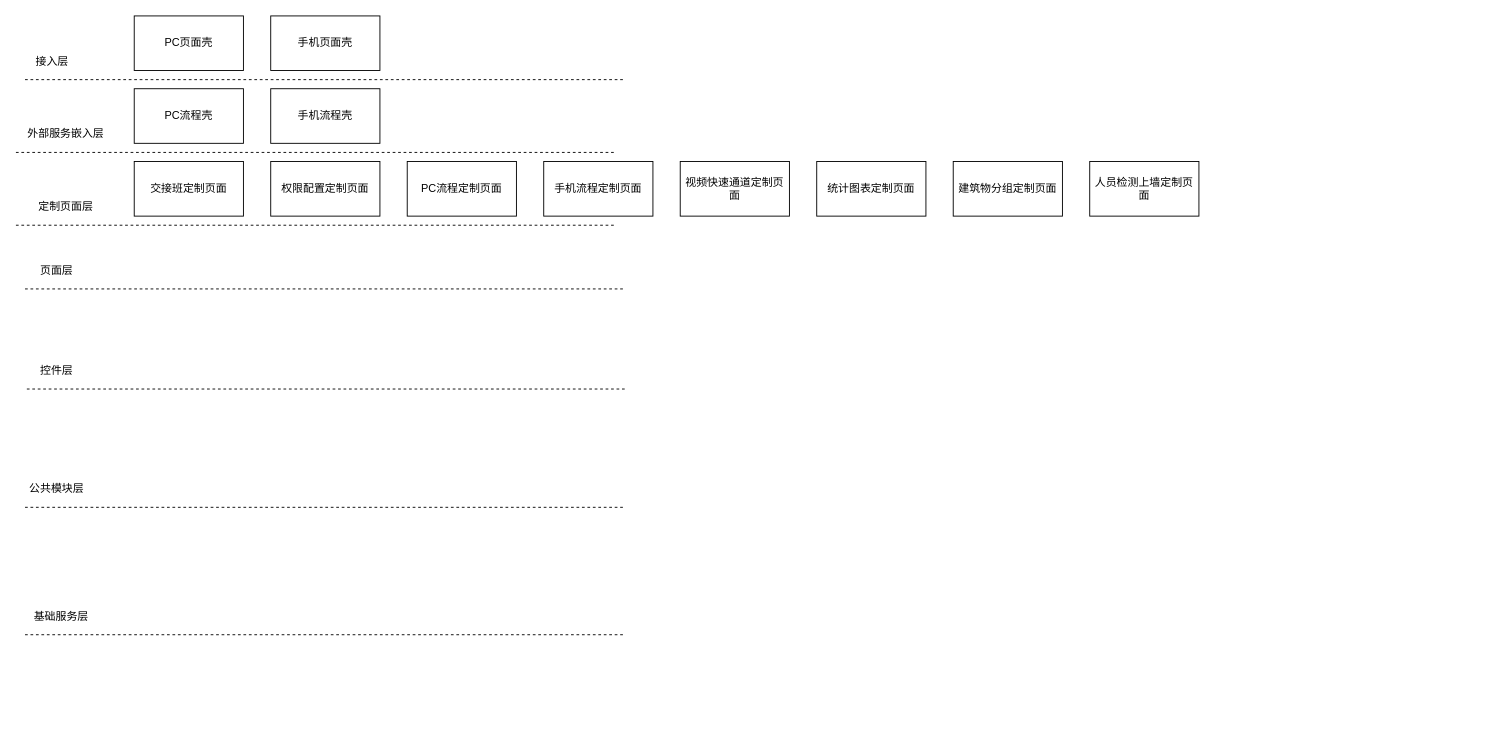
Earlier version of the draw.io diagram page "Page-1" (1 of 2) of 页面UI组件实例服务模块.drawio (asling/my-umls). Source tidied: cells renumbered, new cells numbered last; positions are measured from the earlier drawing's top-left corner, leaving out a move shared by most shapes. Both pictures are drawn from the tidied source at 91%, with x=0, y=0 at pixel (15, 15).
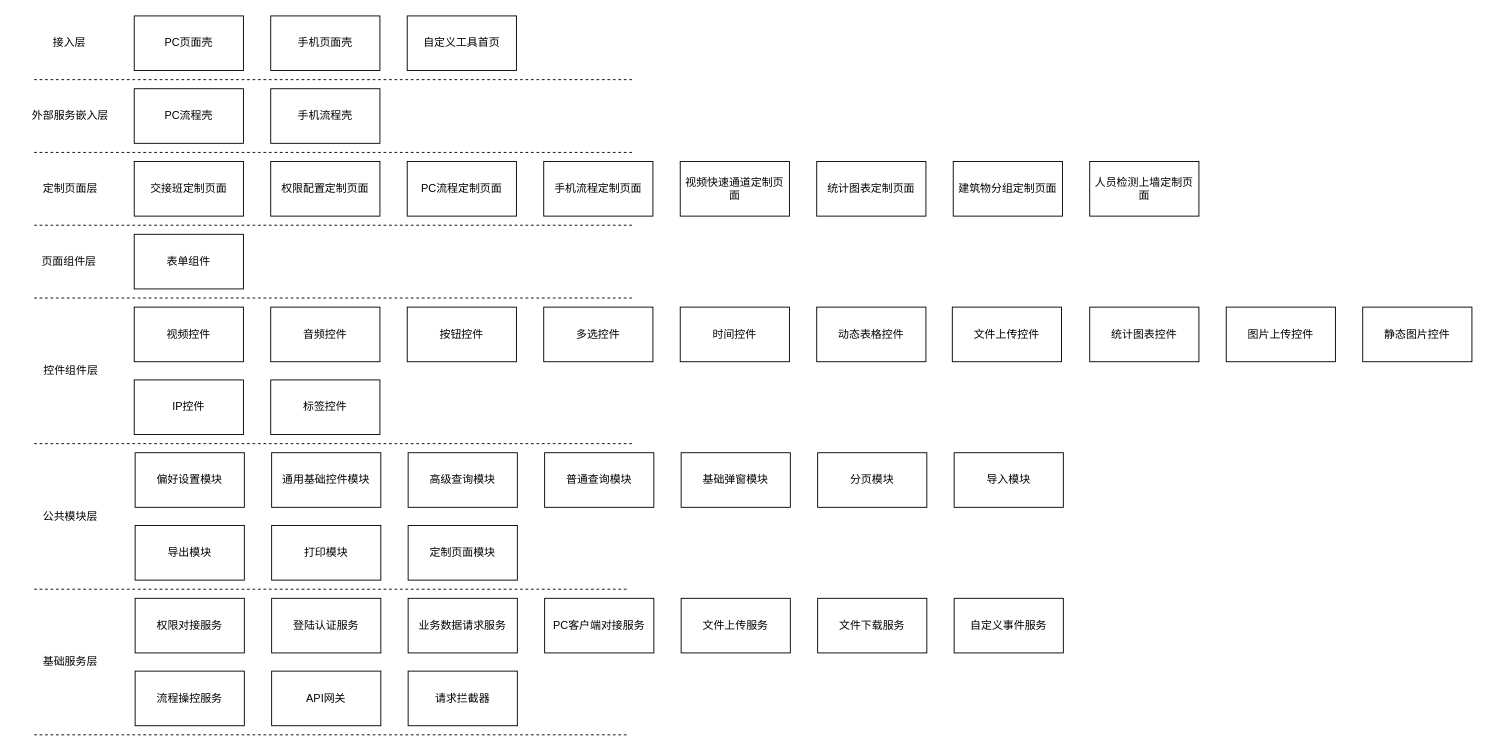
The same diagram, later.

Commit message (it also covers changes not shown here):
Update 页面UI组件实例服务模块.drawio

What changed in the source:
```diff
@@
     <mxCell id="2" style="endArrow=none;dashed=1;html=1;" parent="1" edge="1">
       <mxGeometry relative="1" as="geometry">
-        <mxPoint x="10" y="300" as="sourcePoint" />
-        <mxPoint x="670" y="300" as="targetPoint" />
+        <mxPoint x="20" y="310" as="sourcePoint" />
+        <mxPoint x="680" y="310" as="targetPoint" />
       </mxGeometry>
     </mxCell>
     <mxCell id="3" value="接入层" style="text;html=1;strokeColor=none;fillColor=none;align=center;verticalAlign=middle;whiteSpace=wrap;rounded=0;" parent="1" vertex="1">
-      <mxGeometry x="20" y="40" width="40" height="20" as="geometry" />
+      <mxGeometry x="38.5" y="20" width="40" height="20" as="geometry" />
     </mxCell>
     <mxCell id="4" style="endArrow=none;dashed=1;html=1;" parent="1" edge="1">
       <mxGeometry relative="1" as="geometry">
-        <mxPoint x="12" y="410" as="sourcePoint" />
-        <mxPoint x="672" y="410" as="targetPoint" />
+        <mxPoint x="20" y="470" as="sourcePoint" />
+        <mxPoint x="680" y="470" as="targetPoint" />
       </mxGeometry>
     </mxCell>
-    <mxCell id="5" value="控件层" style="text;html=1;strokeColor=none;fillColor=none;align=center;verticalAlign=middle;whiteSpace=wrap;rounded=0;" parent="1" vertex="1">
-      <mxGeometry x="25" y="380" width="40" height="20" as="geometry" />
+    <mxCell id="5" value="控件组件层" style="text;html=1;strokeColor=none;fillColor=none;align=center;verticalAlign=middle;whiteSpace=wrap;rounded=0;" parent="1" vertex="1">
+      <mxGeometry x="27.5" y="380" width="65" height="20" as="geometry" />
     </mxCell>
     <mxCell id="6" style="endArrow=none;dashed=1;html=1;" parent="1" edge="1">
       <mxGeometry relative="1" as="geometry">
-        <mxPoint x="10" y="540" as="sourcePoint" />
-        <mxPoint x="670" y="540" as="targetPoint" />
+        <mxPoint x="20" y="630" as="sourcePoint" />
+        <mxPoint x="671" y="630" as="targetPoint" />
       </mxGeometry>
     </mxCell>
     <mxCell id="7" value="公共模块层" style="text;html=1;strokeColor=none;fillColor=none;align=center;verticalAlign=middle;whiteSpace=wrap;rounded=0;" parent="1" vertex="1">
-      <mxGeometry x="10" y="510" width="70" height="20" as="geometry" />
+      <mxGeometry x="25" y="540" width="70" height="20" as="geometry" />
     </mxCell>
     <mxCell id="8" style="endArrow=none;dashed=1;html=1;" parent="1" edge="1">
       <mxGeometry relative="1" as="geometry">
-        <mxPoint x="10" y="680" as="sourcePoint" />
-        <mxPoint x="670" y="680" as="targetPoint" />
+        <mxPoint x="20" y="790" as="sourcePoint" />
+        <mxPoint x="671" y="790" as="targetPoint" />
       </mxGeometry>
     </mxCell>
     <mxCell id="9" value="基础服务层" style="text;html=1;strokeColor=none;fillColor=none;align=center;verticalAlign=middle;whiteSpace=wrap;rounded=0;" parent="1" vertex="1">
-      <mxGeometry x="10" y="650" width="80" height="20" as="geometry" />
+      <mxGeometry x="20" y="700" width="80" height="20" as="geometry" />
     </mxCell>
     <mxCell id="10" style="endArrow=none;dashed=1;html=1;" parent="1" edge="1">
       <mxGeometry relative="1" as="geometry">
-        <mxPoint x="10" y="70" as="sourcePoint" />
-        <mxPoint x="670" y="70" as="targetPoint" />
+        <mxPoint x="20" y="70" as="sourcePoint" />
+        <mxPoint x="680" y="70" as="targetPoint" />
       </mxGeometry>
     </mxCell>
-    <mxCell id="11" value="页面层" style="text;html=1;strokeColor=none;fillColor=none;align=center;verticalAlign=middle;whiteSpace=wrap;rounded=0;" parent="1" vertex="1">
-      <mxGeometry x="25" y="270" width="40" height="20" as="geometry" />
+    <mxCell id="11" value="页面组件层" style="text;html=1;strokeColor=none;fillColor=none;align=center;verticalAlign=middle;whiteSpace=wrap;rounded=0;" parent="1" vertex="1">
+      <mxGeometry x="26" y="260" width="65" height="20" as="geometry" />
     </mxCell>
     <mxCell id="12" style="endArrow=none;dashed=1;html=1;" parent="1" edge="1">
       <mxGeometry relative="1" as="geometry">
-        <mxPoint y="150" as="sourcePoint" />
-        <mxPoint x="660" y="150" as="targetPoint" />
+        <mxPoint x="20" y="150" as="sourcePoint" />
+        <mxPoint x="680" y="150" as="targetPoint" />
       </mxGeometry>
     </mxCell>
     <mxCell id="13" value="外部服务嵌入层" style="text;html=1;strokeColor=none;fillColor=none;align=center;verticalAlign=middle;whiteSpace=wrap;rounded=0;" parent="1" vertex="1">
-      <mxGeometry x="10" y="120" width="90" height="20" as="geometry" />
+      <mxGeometry x="15" y="100" width="90" height="20" as="geometry" />
     </mxCell>
     <mxCell id="14" style="endArrow=none;dashed=1;html=1;" parent="1" edge="1">
       <mxGeometry relative="1" as="geometry">
-        <mxPoint y="230" as="sourcePoint" />
-        <mxPoint x="660" y="230" as="targetPoint" />
+        <mxPoint x="20" y="230" as="sourcePoint" />
+        <mxPoint x="680" y="230" as="targetPoint" />
       </mxGeometry>
     </mxCell>
     <mxCell id="15" value="定制页面层" style="text;html=1;strokeColor=none;fillColor=none;align=center;verticalAlign=middle;whiteSpace=wrap;rounded=0;" parent="1" vertex="1">
-      <mxGeometry x="15" y="200" width="80" height="20" as="geometry" />
+      <mxGeometry x="20" y="180" width="80" height="20" as="geometry" />
     </mxCell>
@@
+    <mxCell id="28" value="自定义工具首页" style="rounded=0;whiteSpace=wrap;html=1;" parent="1" vertex="1">
+      <mxGeometry x="430" width="120" height="60" as="geometry" />
+    </mxCell>
@@
+    <mxCell id="29" value="表单组件" style="rounded=0;whiteSpace=wrap;html=1;" parent="1" vertex="1">
+      <mxGeometry x="130" y="240" width="120" height="60" as="geometry" />
+    </mxCell>
+    <mxCell id="30" value="视频控件" style="rounded=0;whiteSpace=wrap;html=1;" parent="1" vertex="1">
+      <mxGeometry x="130" y="320" width="120" height="60" as="geometry" />
+    </mxCell>
+    <mxCell id="31" value="IP控件" style="rounded=0;whiteSpace=wrap;html=1;" parent="1" vertex="1">
+      <mxGeometry x="130" y="400" width="120" height="60" as="geometry" />
+    </mxCell>
+    <mxCell id="32" value="偏好设置模块" style="rounded=0;whiteSpace=wrap;html=1;" parent="1" vertex="1">
+      <mxGeometry x="131" y="480" width="120" height="60" as="geometry" />
+    </mxCell>
+    <mxCell id="33" value="导出模块" style="rounded=0;whiteSpace=wrap;html=1;" parent="1" vertex="1">
+      <mxGeometry x="131" y="560" width="120" height="60" as="geometry" />
+    </mxCell>
+    <mxCell id="34" value="权限对接服务" style="rounded=0;whiteSpace=wrap;html=1;" parent="1" vertex="1">
+      <mxGeometry x="131" y="640" width="120" height="60" as="geometry" />
+    </mxCell>
+    <mxCell id="35" value="打印模块" style="rounded=0;whiteSpace=wrap;html=1;" parent="1" vertex="1">
+      <mxGeometry x="281" y="560" width="120" height="60" as="geometry" />
+    </mxCell>
+    <mxCell id="36" value="定制页面模块" style="rounded=0;whiteSpace=wrap;html=1;" parent="1" vertex="1">
+      <mxGeometry x="431" y="560" width="120" height="60" as="geometry" />
+    </mxCell>
+    <mxCell id="37" value="标签控件" style="rounded=0;whiteSpace=wrap;html=1;" parent="1" vertex="1">
+      <mxGeometry x="280" y="400" width="120" height="60" as="geometry" />
+    </mxCell>
+    <mxCell id="38" value="音频控件" style="rounded=0;whiteSpace=wrap;html=1;" parent="1" vertex="1">
+      <mxGeometry x="280" y="320" width="120" height="60" as="geometry" />
+    </mxCell>
+    <mxCell id="39" value="按钮控件" style="rounded=0;whiteSpace=wrap;html=1;" parent="1" vertex="1">
+      <mxGeometry x="430" y="320" width="120" height="60" as="geometry" />
+    </mxCell>
+    <mxCell id="40" value="多选控件" style="rounded=0;whiteSpace=wrap;html=1;" parent="1" vertex="1">
+      <mxGeometry x="580" y="320" width="120" height="60" as="geometry" />
+    </mxCell>
+    <mxCell id="41" value="时间控件" style="rounded=0;whiteSpace=wrap;html=1;" parent="1" vertex="1">
+      <mxGeometry x="730" y="320" width="120" height="60" as="geometry" />
+    </mxCell>
+    <mxCell id="42" value="动态表格控件" style="rounded=0;whiteSpace=wrap;html=1;" parent="1" vertex="1">
+      <mxGeometry x="880" y="320" width="120" height="60" as="geometry" />
+    </mxCell>
+    <mxCell id="43" value="文件上传控件" style="rounded=0;whiteSpace=wrap;html=1;" parent="1" vertex="1">
+      <mxGeometry x="1029" y="320" width="120" height="60" as="geometry" />
+    </mxCell>
+    <mxCell id="44" value="统计图表控件" style="rounded=0;whiteSpace=wrap;html=1;" parent="1" vertex="1">
+      <mxGeometry x="1180" y="320" width="120" height="60" as="geometry" />
+    </mxCell>
+    <mxCell id="45" value="图片上传控件" style="rounded=0;whiteSpace=wrap;html=1;" parent="1" vertex="1">
+      <mxGeometry x="1330" y="320" width="120" height="60" as="geometry" />
+    </mxCell>
+    <mxCell id="46" value="静态图片控件" style="rounded=0;whiteSpace=wrap;html=1;" parent="1" vertex="1">
+      <mxGeometry x="1480" y="320" width="120" height="60" as="geometry" />
+    </mxCell>
+    <mxCell id="47" value="通用基础控件模块" style="rounded=0;whiteSpace=wrap;html=1;" parent="1" vertex="1">
+      <mxGeometry x="281" y="480" width="120" height="60" as="geometry" />
+    </mxCell>
+    <mxCell id="48" value="高级查询模块" style="rounded=0;whiteSpace=wrap;html=1;" parent="1" vertex="1">
+      <mxGeometry x="431" y="480" width="120" height="60" as="geometry" />
+    </mxCell>
+    <mxCell id="49" value="普通查询模块" style="rounded=0;whiteSpace=wrap;html=1;" parent="1" vertex="1">
+      <mxGeometry x="581" y="480" width="120" height="60" as="geometry" />
+    </mxCell>
+    <mxCell id="50" value="基础弹窗模块" style="rounded=0;whiteSpace=wrap;html=1;" parent="1" vertex="1">
+      <mxGeometry x="731" y="480" width="120" height="60" as="geometry" />
+    </mxCell>
+    <mxCell id="51" value="分页模块" style="rounded=0;whiteSpace=wrap;html=1;" parent="1" vertex="1">
+      <mxGeometry x="881" y="480" width="120" height="60" as="geometry" />
+    </mxCell>
+    <mxCell id="52" value="导入模块" style="rounded=0;whiteSpace=wrap;html=1;" parent="1" vertex="1">
+      <mxGeometry x="1031" y="480" width="120" height="60" as="geometry" />
+    </mxCell>
+    <mxCell id="53" value="登陆认证服务" style="rounded=0;whiteSpace=wrap;html=1;" parent="1" vertex="1">
+      <mxGeometry x="281" y="640" width="120" height="60" as="geometry" />
+    </mxCell>
+    <mxCell id="54" value="业务数据请求服务" style="rounded=0;whiteSpace=wrap;html=1;" parent="1" vertex="1">
+      <mxGeometry x="431" y="640" width="120" height="60" as="geometry" />
+    </mxCell>
+    <mxCell id="55" value="PC客户端对接服务" style="rounded=0;whiteSpace=wrap;html=1;" parent="1" vertex="1">
+      <mxGeometry x="581" y="640" width="120" height="60" as="geometry" />
+    </mxCell>
+    <mxCell id="56" value="文件上传服务" style="rounded=0;whiteSpace=wrap;html=1;" parent="1" vertex="1">
+      <mxGeometry x="731" y="640" width="120" height="60" as="geometry" />
+    </mxCell>
+    <mxCell id="57" value="文件下载服务" style="rounded=0;whiteSpace=wrap;html=1;" parent="1" vertex="1">
+      <mxGeometry x="881" y="640" width="120" height="60" as="geometry" />
+    </mxCell>
+    <mxCell id="58" value="自定义事件服务" style="rounded=0;whiteSpace=wrap;html=1;" parent="1" vertex="1">
+      <mxGeometry x="1031" y="640" width="120" height="60" as="geometry" />
+    </mxCell>
+    <mxCell id="59" value="流程操控服务" style="rounded=0;whiteSpace=wrap;html=1;" parent="1" vertex="1">
+      <mxGeometry x="131" y="720" width="120" height="60" as="geometry" />
+    </mxCell>
+    <mxCell id="60" value="API网关" style="rounded=0;whiteSpace=wrap;html=1;" parent="1" vertex="1">
+      <mxGeometry x="281" y="720" width="120" height="60" as="geometry" />
+    </mxCell>
+    <mxCell id="61" value="请求拦截器" style="rounded=0;whiteSpace=wrap;html=1;" parent="1" vertex="1">
+      <mxGeometry x="431" y="720" width="120" height="60" as="geometry" />
+    </mxCell>
```
